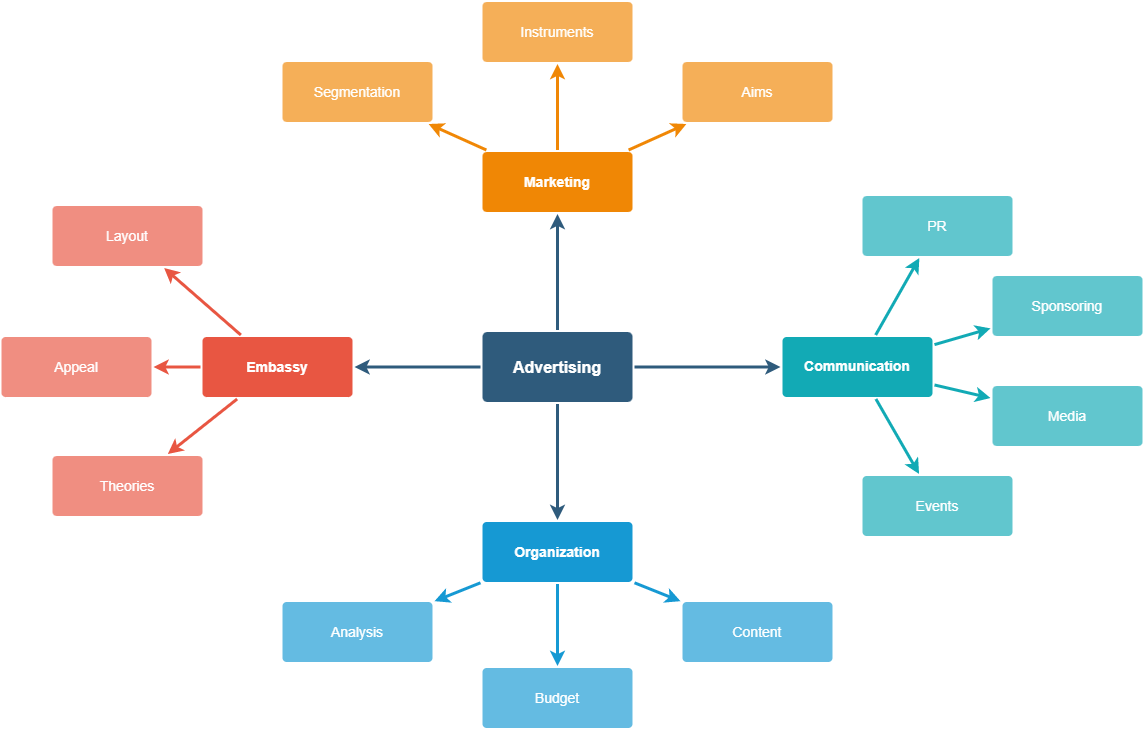
Above: conclusion.png in QianQian-L/CAMAI (draw.io), before the change. Source tidied: cells renumbered, new cells last; positions are measured from the earlier drawing's top-left corner, leaving out a move shared by most shapes.
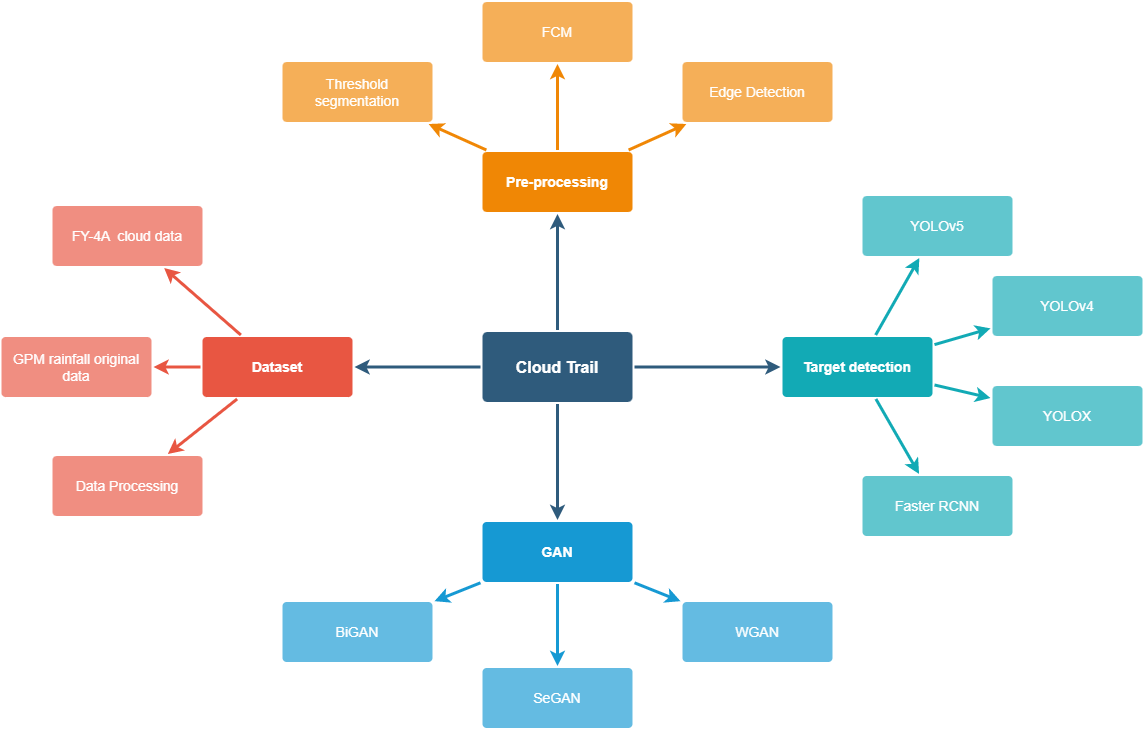
Later version of the same file.

The edit, as a diff of the source:
```diff
@@ -14,7 +14,7 @@
     <mxCell id="5" style="edgeStyle=none;rounded=0;jumpStyle=none;html=1;shadow=0;labelBackgroundColor=none;startArrow=none;startFill=0;endArrow=classic;endFill=1;jettySize=auto;strokeColor=#2F5B7C;strokeWidth=3;fontFamily=Helvetica;fontSize=16;fontColor=#23445D;spacing=5;" parent="1" edge="1" source="6" target="10">
       <mxGeometry relative="1" as="geometry" />
     </mxCell>
-    <mxCell id="6" value="Advertising" style="rounded=1;whiteSpace=wrap;html=1;shadow=0;labelBackgroundColor=none;strokeColor=none;strokeWidth=3;fillColor=#2F5B7C;fontFamily=Helvetica;fontSize=16;fontColor=#FFFFFF;align=center;fontStyle=1;spacing=5;arcSize=7;perimeterSpacing=2;" parent="1" vertex="1">
+    <mxCell id="6" value="Cloud Trail" style="rounded=1;whiteSpace=wrap;html=1;shadow=0;labelBackgroundColor=none;strokeColor=none;strokeWidth=3;fillColor=#2F5B7C;fontFamily=Helvetica;fontSize=16;fontColor=#FFFFFF;align=center;fontStyle=1;spacing=5;arcSize=7;perimeterSpacing=2;" parent="1" vertex="1">
       <mxGeometry x="481" y="330.5" width="150" height="70" as="geometry" />
     </mxCell>
     <mxCell id="7" style="edgeStyle=none;rounded=1;jumpStyle=none;html=1;shadow=0;labelBackgroundColor=none;startArrow=none;startFill=0;jettySize=auto;strokeColor=#E85642;strokeWidth=3;fontFamily=Helvetica;fontSize=14;fontColor=#FFFFFF;spacing=5;fontStyle=1;fillColor=#b0e3e6;" parent="1" edge="1" source="10" target="13">
@@ -26,16 +26,16 @@
     <mxCell id="9" style="edgeStyle=none;rounded=1;jumpStyle=none;html=1;shadow=0;labelBackgroundColor=none;startArrow=none;startFill=0;jettySize=auto;strokeColor=#E85642;strokeWidth=3;fontFamily=Helvetica;fontSize=14;fontColor=#FFFFFF;spacing=5;fontStyle=1;fillColor=#b0e3e6;" parent="1" edge="1" source="10" target="11">
       <mxGeometry relative="1" as="geometry" />
     </mxCell>
-    <mxCell id="10" value="Embassy" style="rounded=1;whiteSpace=wrap;html=1;shadow=0;labelBackgroundColor=none;strokeColor=none;strokeWidth=3;fillColor=#e85642;fontFamily=Helvetica;fontSize=14;fontColor=#FFFFFF;align=center;spacing=5;fontStyle=1;arcSize=7;perimeterSpacing=2;" parent="1" vertex="1">
+    <mxCell id="10" value="Dataset" style="rounded=1;whiteSpace=wrap;html=1;shadow=0;labelBackgroundColor=none;strokeColor=none;strokeWidth=3;fillColor=#e85642;fontFamily=Helvetica;fontSize=14;fontColor=#FFFFFF;align=center;spacing=5;fontStyle=1;arcSize=7;perimeterSpacing=2;" parent="1" vertex="1">
       <mxGeometry x="201" y="335.5" width="150" height="60" as="geometry" />
     </mxCell>
-    <mxCell id="11" value="Theories" style="rounded=1;whiteSpace=wrap;html=1;shadow=0;labelBackgroundColor=none;strokeColor=none;strokeWidth=3;fillColor=#f08e81;fontFamily=Helvetica;fontSize=14;fontColor=#FFFFFF;align=center;spacing=5;fontStyle=0;arcSize=7;perimeterSpacing=2;" parent="1" vertex="1">
+    <mxCell id="11" value="Data Processing" style="rounded=1;whiteSpace=wrap;html=1;shadow=0;labelBackgroundColor=none;strokeColor=none;strokeWidth=3;fillColor=#f08e81;fontFamily=Helvetica;fontSize=14;fontColor=#FFFFFF;align=center;spacing=5;fontStyle=0;arcSize=7;perimeterSpacing=2;" parent="1" vertex="1">
       <mxGeometry x="51" y="454.5" width="150" height="60" as="geometry" />
     </mxCell>
-    <mxCell id="12" value="Appeal" style="rounded=1;whiteSpace=wrap;html=1;shadow=0;labelBackgroundColor=none;strokeColor=none;strokeWidth=3;fillColor=#f08e81;fontFamily=Helvetica;fontSize=14;fontColor=#FFFFFF;align=center;spacing=5;fontStyle=0;arcSize=7;perimeterSpacing=2;" parent="1" vertex="1">
+    <mxCell id="12" value="GPM rainfall original data" style="rounded=1;whiteSpace=wrap;html=1;shadow=0;labelBackgroundColor=none;strokeColor=none;strokeWidth=3;fillColor=#f08e81;fontFamily=Helvetica;fontSize=14;fontColor=#FFFFFF;align=center;spacing=5;fontStyle=0;arcSize=7;perimeterSpacing=2;" parent="1" vertex="1">
       <mxGeometry y="335.5" width="150" height="60" as="geometry" />
     </mxCell>
-    <mxCell id="13" value="Layout" style="rounded=1;whiteSpace=wrap;html=1;shadow=0;labelBackgroundColor=none;strokeColor=none;strokeWidth=3;fillColor=#f08e81;fontFamily=Helvetica;fontSize=14;fontColor=#FFFFFF;align=center;spacing=5;fontStyle=0;arcSize=7;perimeterSpacing=2;" parent="1" vertex="1">
+    <mxCell id="13" value="FY-4A&amp;nbsp; cloud data" style="rounded=1;whiteSpace=wrap;html=1;shadow=0;labelBackgroundColor=none;strokeColor=none;strokeWidth=3;fillColor=#f08e81;fontFamily=Helvetica;fontSize=14;fontColor=#FFFFFF;align=center;spacing=5;fontStyle=0;arcSize=7;perimeterSpacing=2;" parent="1" vertex="1">
       <mxGeometry x="51" y="204.5" width="150" height="60" as="geometry" />
     </mxCell>
     <mxCell id="14" style="edgeStyle=none;rounded=0;jumpStyle=none;html=1;shadow=0;labelBackgroundColor=none;startArrow=none;startFill=0;endArrow=classic;endFill=1;jettySize=auto;strokeColor=#1699D3;strokeWidth=3;fontFamily=Helvetica;fontSize=14;fontColor=#FFFFFF;spacing=5;" parent="1" edge="1" source="17" target="20">
@@ -47,61 +47,61 @@
     <mxCell id="16" style="edgeStyle=none;rounded=0;jumpStyle=none;html=1;shadow=0;labelBackgroundColor=none;startArrow=none;startFill=0;endArrow=classic;endFill=1;jettySize=auto;strokeColor=#1699D3;strokeWidth=3;fontFamily=Helvetica;fontSize=14;fontColor=#FFFFFF;spacing=5;" parent="1" edge="1" source="17" target="18">
       <mxGeometry relative="1" as="geometry" />
     </mxCell>
-    <mxCell id="17" value="Organization" style="rounded=1;whiteSpace=wrap;html=1;shadow=0;labelBackgroundColor=none;strokeColor=none;strokeWidth=3;fillColor=#1699d3;fontFamily=Helvetica;fontSize=14;fontColor=#FFFFFF;align=center;spacing=5;fontStyle=1;arcSize=7;perimeterSpacing=2;" parent="1" vertex="1">
+    <mxCell id="17" value="GAN" style="rounded=1;whiteSpace=wrap;html=1;shadow=0;labelBackgroundColor=none;strokeColor=none;strokeWidth=3;fillColor=#1699d3;fontFamily=Helvetica;fontSize=14;fontColor=#FFFFFF;align=center;spacing=5;fontStyle=1;arcSize=7;perimeterSpacing=2;" parent="1" vertex="1">
       <mxGeometry x="481" y="520.5" width="150" height="60" as="geometry" />
     </mxCell>
-    <mxCell id="18" value="Content" style="rounded=1;whiteSpace=wrap;html=1;shadow=0;labelBackgroundColor=none;strokeColor=none;strokeWidth=3;fillColor=#64bbe2;fontFamily=Helvetica;fontSize=14;fontColor=#FFFFFF;align=center;spacing=5;arcSize=7;perimeterSpacing=2;" parent="1" vertex="1">
+    <mxCell id="18" value="WGAN" style="rounded=1;whiteSpace=wrap;html=1;shadow=0;labelBackgroundColor=none;strokeColor=none;strokeWidth=3;fillColor=#64bbe2;fontFamily=Helvetica;fontSize=14;fontColor=#FFFFFF;align=center;spacing=5;arcSize=7;perimeterSpacing=2;" parent="1" vertex="1">
       <mxGeometry x="681" y="600.5" width="150" height="60" as="geometry" />
     </mxCell>
-    <mxCell id="19" value="Budget" style="rounded=1;whiteSpace=wrap;html=1;shadow=0;labelBackgroundColor=none;strokeColor=none;strokeWidth=3;fillColor=#64bbe2;fontFamily=Helvetica;fontSize=14;fontColor=#FFFFFF;align=center;spacing=5;arcSize=7;perimeterSpacing=2;" parent="1" vertex="1">
+    <mxCell id="19" value="SeGAN" style="rounded=1;whiteSpace=wrap;html=1;shadow=0;labelBackgroundColor=none;strokeColor=none;strokeWidth=3;fillColor=#64bbe2;fontFamily=Helvetica;fontSize=14;fontColor=#FFFFFF;align=center;spacing=5;arcSize=7;perimeterSpacing=2;" parent="1" vertex="1">
       <mxGeometry x="481" y="666.5" width="150" height="60" as="geometry" />
     </mxCell>
-    <mxCell id="20" value="Analysis" style="rounded=1;whiteSpace=wrap;html=1;shadow=0;labelBackgroundColor=none;strokeColor=none;strokeWidth=3;fillColor=#64bbe2;fontFamily=Helvetica;fontSize=14;fontColor=#FFFFFF;align=center;spacing=5;arcSize=7;perimeterSpacing=2;" parent="1" vertex="1">
+    <mxCell id="20" value="BiGAN" style="rounded=1;whiteSpace=wrap;html=1;shadow=0;labelBackgroundColor=none;strokeColor=none;strokeWidth=3;fillColor=#64bbe2;fontFamily=Helvetica;fontSize=14;fontColor=#FFFFFF;align=center;spacing=5;arcSize=7;perimeterSpacing=2;" parent="1" vertex="1">
       <mxGeometry x="281" y="600.5" width="150" height="60" as="geometry" />
     </mxCell>
-    <mxCell id="21" value="Marketing" style="rounded=1;whiteSpace=wrap;html=1;shadow=0;labelBackgroundColor=none;strokeColor=none;strokeWidth=3;fillColor=#F08705;fontFamily=Helvetica;fontSize=14;fontColor=#FFFFFF;align=center;spacing=5;fontStyle=1;arcSize=7;perimeterSpacing=2;" parent="1" vertex="1">
+    <mxCell id="21" value="Pre-processing" style="rounded=1;whiteSpace=wrap;html=1;shadow=0;labelBackgroundColor=none;strokeColor=none;strokeWidth=3;fillColor=#F08705;fontFamily=Helvetica;fontSize=14;fontColor=#FFFFFF;align=center;spacing=5;fontStyle=1;arcSize=7;perimeterSpacing=2;" parent="1" vertex="1">
       <mxGeometry x="481" y="150.5" width="150" height="60" as="geometry" />
     </mxCell>
-    <mxCell id="22" value="Aims&lt;br&gt;" style="rounded=1;whiteSpace=wrap;html=1;shadow=0;labelBackgroundColor=none;strokeColor=none;strokeWidth=3;fillColor=#f5af58;fontFamily=Helvetica;fontSize=14;fontColor=#FFFFFF;align=center;spacing=5;arcSize=7;perimeterSpacing=2;" parent="1" vertex="1">
+    <mxCell id="22" value="Edge Detection" style="rounded=1;whiteSpace=wrap;html=1;shadow=0;labelBackgroundColor=none;strokeColor=none;strokeWidth=3;fillColor=#f5af58;fontFamily=Helvetica;fontSize=14;fontColor=#FFFFFF;align=center;spacing=5;arcSize=7;perimeterSpacing=2;" parent="1" vertex="1">
       <mxGeometry x="681" y="60.5" width="150" height="60" as="geometry" />
     </mxCell>
     <mxCell id="23" style="edgeStyle=none;rounded=0;jumpStyle=none;html=1;shadow=0;labelBackgroundColor=none;startArrow=none;startFill=0;endArrow=classic;endFill=1;jettySize=auto;strokeColor=#F08705;strokeWidth=3;fontFamily=Helvetica;fontSize=14;fontColor=#FFFFFF;spacing=5;" parent="1" edge="1" source="21" target="22">
       <mxGeometry relative="1" as="geometry" />
     </mxCell>
-    <mxCell id="24" value="Instruments" style="rounded=1;whiteSpace=wrap;html=1;shadow=0;labelBackgroundColor=none;strokeColor=none;strokeWidth=3;fillColor=#f5af58;fontFamily=Helvetica;fontSize=14;fontColor=#FFFFFF;align=center;spacing=5;arcSize=7;perimeterSpacing=2;" parent="1" vertex="1">
+    <mxCell id="24" value="FCM" style="rounded=1;whiteSpace=wrap;html=1;shadow=0;labelBackgroundColor=none;strokeColor=none;strokeWidth=3;fillColor=#f5af58;fontFamily=Helvetica;fontSize=14;fontColor=#FFFFFF;align=center;spacing=5;arcSize=7;perimeterSpacing=2;" parent="1" vertex="1">
       <mxGeometry x="481" y="0.5" width="150" height="60" as="geometry" />
     </mxCell>
     <mxCell id="25" style="edgeStyle=none;rounded=0;jumpStyle=none;html=1;shadow=0;labelBackgroundColor=none;startArrow=none;startFill=0;endArrow=classic;endFill=1;jettySize=auto;strokeColor=#F08705;strokeWidth=3;fontFamily=Helvetica;fontSize=14;fontColor=#FFFFFF;spacing=5;" parent="1" edge="1" source="21" target="24">
       <mxGeometry relative="1" as="geometry" />
     </mxCell>
-    <mxCell id="26" value="Segmentation" style="rounded=1;whiteSpace=wrap;html=1;shadow=0;labelBackgroundColor=none;strokeColor=none;strokeWidth=3;fillColor=#f5af58;fontFamily=Helvetica;fontSize=14;fontColor=#FFFFFF;align=center;spacing=5;arcSize=7;perimeterSpacing=2;" parent="1" vertex="1">
+    <mxCell id="26" value="Threshold segmentation" style="rounded=1;whiteSpace=wrap;html=1;shadow=0;labelBackgroundColor=none;strokeColor=none;strokeWidth=3;fillColor=#f5af58;fontFamily=Helvetica;fontSize=14;fontColor=#FFFFFF;align=center;spacing=5;arcSize=7;perimeterSpacing=2;" parent="1" vertex="1">
       <mxGeometry x="281" y="60.5" width="150" height="60" as="geometry" />
     </mxCell>
     <mxCell id="27" style="edgeStyle=none;rounded=0;jumpStyle=none;html=1;shadow=0;labelBackgroundColor=none;startArrow=none;startFill=0;endArrow=classic;endFill=1;jettySize=auto;strokeColor=#F08705;strokeWidth=3;fontFamily=Helvetica;fontSize=14;fontColor=#FFFFFF;spacing=5;" parent="1" edge="1" source="21" target="26">
       <mxGeometry relative="1" as="geometry" />
     </mxCell>
-    <mxCell id="28" value="Communication" style="rounded=1;whiteSpace=wrap;html=1;shadow=0;labelBackgroundColor=none;strokeColor=none;strokeWidth=3;fillColor=#12aab5;fontFamily=Helvetica;fontSize=14;fontColor=#FFFFFF;align=center;spacing=5;fontStyle=1;arcSize=7;perimeterSpacing=2;" parent="1" vertex="1">
+    <mxCell id="28" value="Target detection" style="rounded=1;whiteSpace=wrap;html=1;shadow=0;labelBackgroundColor=none;strokeColor=none;strokeWidth=3;fillColor=#12aab5;fontFamily=Helvetica;fontSize=14;fontColor=#FFFFFF;align=center;spacing=5;fontStyle=1;arcSize=7;perimeterSpacing=2;" parent="1" vertex="1">
       <mxGeometry x="781" y="335.5" width="150" height="60" as="geometry" />
     </mxCell>
-    <mxCell id="29" value="Events" style="rounded=1;whiteSpace=wrap;html=1;shadow=0;labelBackgroundColor=none;strokeColor=none;strokeWidth=3;fillColor=#61c6ce;fontFamily=Helvetica;fontSize=14;fontColor=#FFFFFF;align=center;spacing=5;fontStyle=0;arcSize=7;perimeterSpacing=2;" parent="1" vertex="1">
+    <mxCell id="29" value="&lt;div&gt;Faster RCNN&lt;/div&gt;" style="rounded=1;whiteSpace=wrap;html=1;shadow=0;labelBackgroundColor=none;strokeColor=none;strokeWidth=3;fillColor=#61c6ce;fontFamily=Helvetica;fontSize=14;fontColor=#FFFFFF;align=center;spacing=5;fontStyle=0;arcSize=7;perimeterSpacing=2;" parent="1" vertex="1">
       <mxGeometry x="861" y="474.5" width="150" height="60" as="geometry" />
     </mxCell>
     <mxCell id="30" style="edgeStyle=none;rounded=1;jumpStyle=none;html=1;shadow=0;labelBackgroundColor=none;startArrow=none;startFill=0;jettySize=auto;strokeColor=#12AAB5;strokeWidth=3;fontFamily=Helvetica;fontSize=14;fontColor=#FFFFFF;spacing=5;fontStyle=1;fillColor=#b0e3e6;" parent="1" edge="1" source="28" target="29">
       <mxGeometry relative="1" as="geometry" />
     </mxCell>
-    <mxCell id="31" value="Media" style="rounded=1;whiteSpace=wrap;html=1;shadow=0;labelBackgroundColor=none;strokeColor=none;strokeWidth=3;fillColor=#61c6ce;fontFamily=Helvetica;fontSize=14;fontColor=#FFFFFF;align=center;spacing=5;fontStyle=0;arcSize=7;perimeterSpacing=2;" parent="1" vertex="1">
+    <mxCell id="31" value="YOLOX" style="rounded=1;whiteSpace=wrap;html=1;shadow=0;labelBackgroundColor=none;strokeColor=none;strokeWidth=3;fillColor=#61c6ce;fontFamily=Helvetica;fontSize=14;fontColor=#FFFFFF;align=center;spacing=5;fontStyle=0;arcSize=7;perimeterSpacing=2;" parent="1" vertex="1">
       <mxGeometry x="991" y="384.5" width="150" height="60" as="geometry" />
     </mxCell>
     <mxCell id="32" style="edgeStyle=none;rounded=1;jumpStyle=none;html=1;shadow=0;labelBackgroundColor=none;startArrow=none;startFill=0;jettySize=auto;strokeColor=#12AAB5;strokeWidth=3;fontFamily=Helvetica;fontSize=14;fontColor=#FFFFFF;spacing=5;fontStyle=1;fillColor=#b0e3e6;" parent="1" edge="1" source="28" target="31">
       <mxGeometry relative="1" as="geometry" />
     </mxCell>
-    <mxCell id="33" value="Sponsoring" style="rounded=1;whiteSpace=wrap;html=1;shadow=0;labelBackgroundColor=none;strokeColor=none;strokeWidth=3;fillColor=#61c6ce;fontFamily=Helvetica;fontSize=14;fontColor=#FFFFFF;align=center;spacing=5;fontStyle=0;arcSize=7;perimeterSpacing=2;" parent="1" vertex="1">
+    <mxCell id="33" value="YOLOv4" style="rounded=1;whiteSpace=wrap;html=1;shadow=0;labelBackgroundColor=none;strokeColor=none;strokeWidth=3;fillColor=#61c6ce;fontFamily=Helvetica;fontSize=14;fontColor=#FFFFFF;align=center;spacing=5;fontStyle=0;arcSize=7;perimeterSpacing=2;" parent="1" vertex="1">
       <mxGeometry x="991" y="274.5" width="150" height="60" as="geometry" />
     </mxCell>
     <mxCell id="34" style="edgeStyle=none;rounded=1;jumpStyle=none;html=1;shadow=0;labelBackgroundColor=none;startArrow=none;startFill=0;jettySize=auto;strokeColor=#12AAB5;strokeWidth=3;fontFamily=Helvetica;fontSize=14;fontColor=#FFFFFF;spacing=5;fontStyle=1;fillColor=#b0e3e6;" parent="1" edge="1" source="28" target="33">
       <mxGeometry relative="1" as="geometry" />
     </mxCell>
-    <mxCell id="35" value="PR" style="rounded=1;whiteSpace=wrap;html=1;shadow=0;labelBackgroundColor=none;strokeColor=none;strokeWidth=3;fillColor=#61c6ce;fontFamily=Helvetica;fontSize=14;fontColor=#FFFFFF;align=center;spacing=5;fontStyle=0;arcSize=7;perimeterSpacing=2;" parent="1" vertex="1">
+    <mxCell id="35" value="YOLOv5" style="rounded=1;whiteSpace=wrap;html=1;shadow=0;labelBackgroundColor=none;strokeColor=none;strokeWidth=3;fillColor=#61c6ce;fontFamily=Helvetica;fontSize=14;fontColor=#FFFFFF;align=center;spacing=5;fontStyle=0;arcSize=7;perimeterSpacing=2;" parent="1" vertex="1">
       <mxGeometry x="861" y="194.5" width="150" height="60" as="geometry" />
     </mxCell>
     <mxCell id="36" style="edgeStyle=none;rounded=1;jumpStyle=none;html=1;shadow=0;labelBackgroundColor=none;startArrow=none;startFill=0;jettySize=auto;strokeColor=#12AAB5;strokeWidth=3;fontFamily=Helvetica;fontSize=14;fontColor=#FFFFFF;spacing=5;fontStyle=1;fillColor=#b0e3e6;" parent="1" edge="1" source="28" target="35">
```
